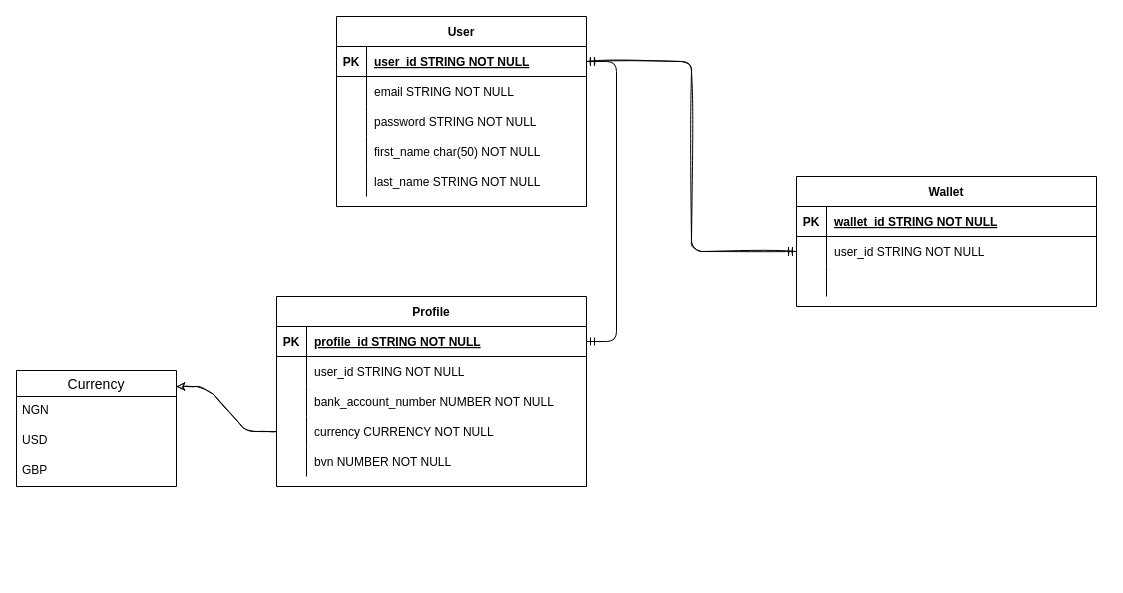
Above: Diagrams/Entity Diagram.drawio in C0l0red/wallet-service (draw.io), before the change. Source tidied: cells renumbered, new cells numbered last; positions are measured from the earlier drawing's top-left corner, leaving out a move shared by most shapes. Both pictures are drawn from the tidied source at 100%, with x=0, y=0 at pixel (16, 16).
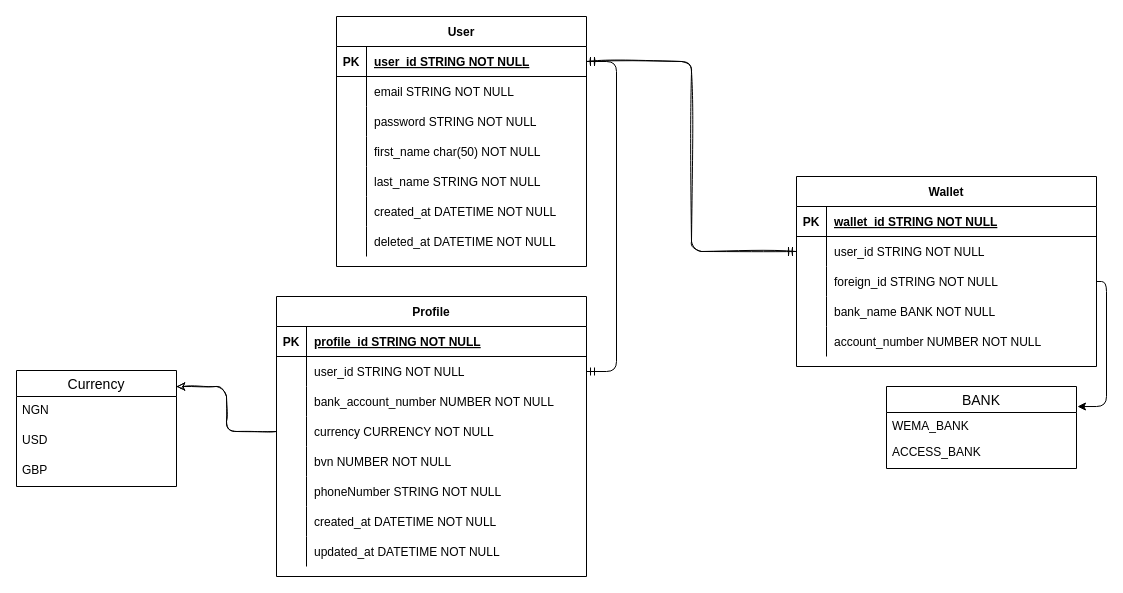
The same page after the edit.

The change refers to these unchanged cells:
```xml
<mxCell id="3" style="shape=tableRow;horizontal=0;startSize=0;swimlaneHead=0;swimlaneBody=0;fillColor=none;points=[[0,0.5],[1,0.5]];portConstraint=eastwest;top=0;left=0;right=0;bottom=1;" parent="2" vertex="1">
  <mxGeometry y="30" width="250" height="30" as="geometry" />
</mxCell>
<mxCell id="19" style="shape=tableRow;horizontal=0;startSize=0;swimlaneHead=0;swimlaneBody=0;fillColor=none;points=[[0,0.5],[1,0.5]];portConstraint=eastwest;top=0;left=0;right=0;bottom=1;" parent="18" vertex="1">
  <mxGeometry y="30" width="310" height="30" as="geometry" />
</mxCell>
<mxCell id="22" style="shape=tableRow;horizontal=0;startSize=0;swimlaneHead=0;swimlaneBody=0;fillColor=none;points=[[0,0.5],[1,0.5]];portConstraint=eastwest;top=0;left=0;right=0;bottom=0;" parent="18" vertex="1">
  <mxGeometry y="60" width="310" height="30" as="geometry" />
</mxCell>
<mxCell id="28" style="shape=tableRow;horizontal=0;startSize=0;swimlaneHead=0;swimlaneBody=0;fillColor=none;points=[[0,0.5],[1,0.5]];portConstraint=eastwest;top=0;left=0;right=0;bottom=0;" parent="18" vertex="1">
  <mxGeometry y="120" width="310" height="30" as="geometry" />
</mxCell>
<mxCell id="34" value="Currency" style="swimlane;fontStyle=0;horizontal=1;startSize=26;align=center;fontSize=14;" parent="1" vertex="1">
  <mxGeometry y="354" width="160" height="116" as="geometry" />
</mxCell>
<mxCell id="47" style="shape=tableRow;horizontal=0;startSize=0;swimlaneHead=0;swimlaneBody=0;fillColor=none;points=[[0,0.5],[1,0.5]];portConstraint=eastwest;top=0;left=0;right=0;bottom=0;" parent="40" vertex="1">
  <mxGeometry y="90" width="300" height="30" as="geometry" />
</mxCell>
```

What changed in the source:
```diff
@@
     <mxCell id="2" value="User" style="shape=table;startSize=30;childLayout=tableLayout;rowLines=0;fontStyle=1;align=center;" parent="1" vertex="1">
-      <mxGeometry x="320" width="250" height="190" as="geometry" />
+      <mxGeometry x="320" width="250" height="250" as="geometry" />
     </mxCell>
@@
+    <mxCell id="51" style="shape=tableRow;horizontal=0;startSize=0;swimlaneHead=0;swimlaneBody=0;fillColor=none;top=0;left=0;right=0;bottom=0;" parent="2" vertex="1">
+      <mxGeometry y="180" width="250" height="30" as="geometry" />
+    </mxCell>
+    <mxCell id="52" style="shape=partialRectangle;fillColor=none;top=0;left=0;bottom=0;right=0;overflow=hidden;" parent="51" vertex="1">
+      <mxGeometry width="30" height="30" as="geometry" />
+    </mxCell>
+    <mxCell id="53" value="created_at DATETIME NOT NULL" style="shape=partialRectangle;fillColor=none;top=0;left=0;bottom=0;right=0;align=left;spacingLeft=6;overflow=hidden;" parent="51" vertex="1">
+      <mxGeometry x="30" width="220" height="30" as="geometry" />
+    </mxCell>
+    <mxCell id="54" style="shape=tableRow;horizontal=0;startSize=0;swimlaneHead=0;swimlaneBody=0;fillColor=none;top=0;left=0;right=0;bottom=0;" parent="2" vertex="1">
+      <mxGeometry y="210" width="250" height="30" as="geometry" />
+    </mxCell>
+    <mxCell id="55" style="shape=partialRectangle;fillColor=none;top=0;left=0;bottom=0;right=0;overflow=hidden;" parent="54" vertex="1">
+      <mxGeometry width="30" height="30" as="geometry" />
+    </mxCell>
+    <mxCell id="56" value="deleted_at DATETIME NOT NULL" style="shape=partialRectangle;fillColor=none;top=0;left=0;bottom=0;right=0;align=left;spacingLeft=6;overflow=hidden;" parent="54" vertex="1">
+      <mxGeometry x="30" width="220" height="30" as="geometry" />
+    </mxCell>
     <mxCell id="18" value="Profile" style="shape=table;startSize=30;childLayout=tableLayout;rowLines=0;fontStyle=1;align=center;" parent="1" vertex="1">
-      <mxGeometry x="260" y="280" width="310" height="190" as="geometry" />
+      <mxGeometry x="260" y="280" width="310" height="280" as="geometry" />
     </mxCell>
@@
+    <mxCell id="57" style="shape=tableRow;horizontal=0;startSize=0;swimlaneHead=0;swimlaneBody=0;fillColor=none;top=0;left=0;right=0;bottom=0;" parent="18" vertex="1">
+      <mxGeometry y="180" width="310" height="30" as="geometry" />
+    </mxCell>
+    <mxCell id="58" style="shape=partialRectangle;fillColor=none;top=0;left=0;bottom=0;right=0;overflow=hidden;" parent="57" vertex="1">
+      <mxGeometry width="30" height="30" as="geometry" />
+    </mxCell>
+    <mxCell id="59" value="phoneNumber STRING NOT NULL" style="shape=partialRectangle;fillColor=none;top=0;left=0;bottom=0;right=0;align=left;spacingLeft=6;overflow=hidden;" parent="57" vertex="1">
+      <mxGeometry x="30" width="280" height="30" as="geometry" />
+    </mxCell>
+    <mxCell id="60" style="shape=tableRow;horizontal=0;startSize=0;swimlaneHead=0;swimlaneBody=0;fillColor=none;top=0;left=0;right=0;bottom=0;" parent="18" vertex="1">
+      <mxGeometry y="210" width="310" height="30" as="geometry" />
+    </mxCell>
+    <mxCell id="61" style="shape=partialRectangle;fillColor=none;top=0;left=0;bottom=0;right=0;overflow=hidden;" parent="60" vertex="1">
+      <mxGeometry width="30" height="30" as="geometry" />
+    </mxCell>
+    <mxCell id="62" value="created_at DATETIME NOT NULL" style="shape=partialRectangle;fillColor=none;top=0;left=0;bottom=0;right=0;align=left;spacingLeft=6;overflow=hidden;" parent="60" vertex="1">
+      <mxGeometry x="30" width="280" height="30" as="geometry" />
+    </mxCell>
+    <mxCell id="63" style="shape=tableRow;horizontal=0;startSize=0;swimlaneHead=0;swimlaneBody=0;fillColor=none;top=0;left=0;right=0;bottom=0;" parent="18" vertex="1">
+      <mxGeometry y="240" width="310" height="30" as="geometry" />
+    </mxCell>
+    <mxCell id="64" style="shape=partialRectangle;fillColor=none;top=0;left=0;bottom=0;right=0;overflow=hidden;" parent="63" vertex="1">
+      <mxGeometry width="30" height="30" as="geometry" />
+    </mxCell>
+    <mxCell id="65" value="updated_at DATETIME NOT NULL" style="shape=partialRectangle;fillColor=none;top=0;left=0;bottom=0;right=0;align=left;spacingLeft=6;overflow=hidden;" parent="63" vertex="1">
+      <mxGeometry x="30" width="280" height="30" as="geometry" />
+    </mxCell>
@@
-    <mxCell id="38" style="edgeStyle=entityRelationEdgeStyle;fontSize=12;html=1;endArrow=ERmandOne;startArrow=ERmandOne;exitX=1;exitY=0.5;exitDx=0;exitDy=0;strokeColor=default;rounded=1;entryX=1;entryY=0.5;entryDx=0;entryDy=0;" parent="1" edge="1" source="3" target="19">
+    <mxCell id="38" style="edgeStyle=entityRelationEdgeStyle;fontSize=12;html=1;endArrow=ERmandOne;startArrow=ERmandOne;exitX=1;exitY=0.5;exitDx=0;exitDy=0;strokeColor=default;rounded=1;entryX=1;entryY=0.5;entryDx=0;entryDy=0;" parent="1" edge="1" source="3" target="22">
       <mxGeometry relative="1" as="geometry" />
     </mxCell>
-    <mxCell id="39" style="edgeStyle=entityRelationEdgeStyle;rounded=1;sketch=1;jettySize=auto;html=1;entryX=1;entryY=0.138;entryDx=0;entryDy=0;entryPerimeter=0;strokeColor=default;" parent="1" edge="1" source="28" target="34">
+    <mxCell id="39" style="edgeStyle=orthogonalEdgeStyle;rounded=1;sketch=1;jettySize=auto;html=1;entryX=1;entryY=0.138;entryDx=0;entryDy=0;entryPerimeter=0;strokeColor=default;" parent="1" edge="1" source="28" target="34">
       <mxGeometry relative="1" as="geometry" />
     </mxCell>
     <mxCell id="40" value="Wallet" style="shape=table;startSize=30;childLayout=tableLayout;rowLines=0;fontStyle=1;align=center;" parent="1" vertex="1">
-      <mxGeometry x="780" y="160" width="300" height="130" as="geometry" />
+      <mxGeometry x="780" y="160" width="300" height="190" as="geometry" />
     </mxCell>
@@
-    <mxCell id="49" style="shape=partialRectangle;fillColor=none;top=0;left=0;bottom=0;right=0;align=left;spacingLeft=6;overflow=hidden;" parent="47" vertex="1">
+    <mxCell id="49" value="foreign_id STRING NOT NULL" style="shape=partialRectangle;fillColor=none;top=0;left=0;bottom=0;right=0;align=left;spacingLeft=6;overflow=hidden;" parent="47" vertex="1">
       <mxGeometry x="30" width="270" height="30" as="geometry" />
     </mxCell>
+    <mxCell id="66" style="shape=tableRow;horizontal=0;startSize=0;swimlaneHead=0;swimlaneBody=0;fillColor=none;top=0;left=0;right=0;bottom=0;" parent="40" vertex="1">
+      <mxGeometry y="120" width="300" height="30" as="geometry" />
+    </mxCell>
+    <mxCell id="67" style="shape=partialRectangle;fillColor=none;top=0;left=0;bottom=0;right=0;overflow=hidden;" parent="66" vertex="1">
+      <mxGeometry width="30" height="30" as="geometry" />
+    </mxCell>
+    <mxCell id="68" value="bank_name BANK NOT NULL" style="shape=partialRectangle;fillColor=none;top=0;left=0;bottom=0;right=0;align=left;spacingLeft=6;overflow=hidden;" parent="66" vertex="1">
+      <mxGeometry x="30" width="270" height="30" as="geometry" />
+    </mxCell>
+    <mxCell id="69" style="shape=tableRow;horizontal=0;startSize=0;swimlaneHead=0;swimlaneBody=0;fillColor=none;top=0;left=0;right=0;bottom=0;" parent="40" vertex="1">
+      <mxGeometry y="150" width="300" height="30" as="geometry" />
+    </mxCell>
+    <mxCell id="70" style="shape=partialRectangle;fillColor=none;top=0;left=0;bottom=0;right=0;overflow=hidden;" parent="69" vertex="1">
+      <mxGeometry width="30" height="30" as="geometry" />
+    </mxCell>
+    <mxCell id="71" value="account_number NUMBER NOT NULL" style="shape=partialRectangle;fillColor=none;top=0;left=0;bottom=0;right=0;align=left;spacingLeft=6;overflow=hidden;" parent="69" vertex="1">
+      <mxGeometry x="30" width="270" height="30" as="geometry" />
+    </mxCell>
@@
+    <mxCell id="72" value="BANK" style="swimlane;fontStyle=0;horizontal=1;startSize=26;align=center;fontSize=14;" parent="1" vertex="1">
+      <mxGeometry x="870" y="370" width="190" height="82" as="geometry" />
+    </mxCell>
+    <mxCell id="73" value="WEMA_BANK" style="text;strokeColor=none;fillColor=none;spacingLeft=4;spacingRight=4;overflow=hidden;points=[[0,0.5],[1,0.5]];portConstraint=eastwest;fontSize=12;" parent="72" vertex="1">
+      <mxGeometry y="26" width="190" height="26" as="geometry" />
+    </mxCell>
+    <mxCell id="74" value="ACCESS_BANK" style="text;strokeColor=none;fillColor=none;spacingLeft=4;spacingRight=4;overflow=hidden;fontSize=12;" parent="72" vertex="1">
+      <mxGeometry y="52" width="190" height="30" as="geometry" />
+    </mxCell>
+    <mxCell id="75" style="edgeStyle=orthogonalEdgeStyle;html=1;entryX=1.005;entryY=-0.229;entryDx=0;entryDy=0;entryPerimeter=0;" parent="1" edge="1" source="47" target="73">
+      <mxGeometry relative="1" as="geometry" />
+    </mxCell>
```
